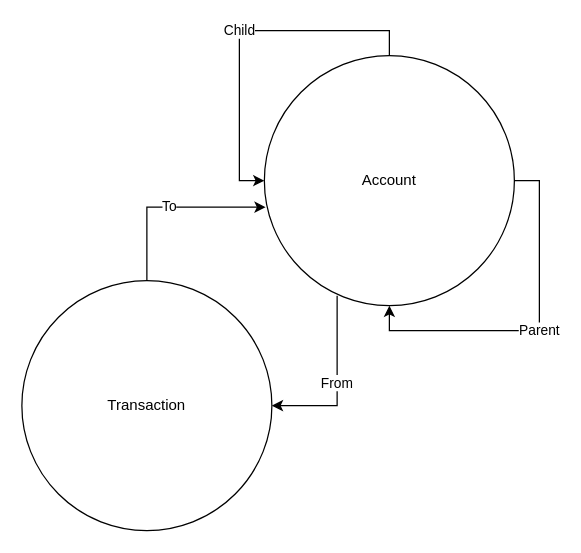
This is docs/design/Accounts and Transactions/Account-Abstract.drawio from NordGus/fnncr, a draw.io file, before an edit. Source tidied: cells renumbered, new cells numbered last; positions are measured from the earlier drawing's top-left corner, leaving out a move shared by most shapes. Both pictures are drawn from the tidied source at 125%, with x=0, y=0 at pixel (21, 30).
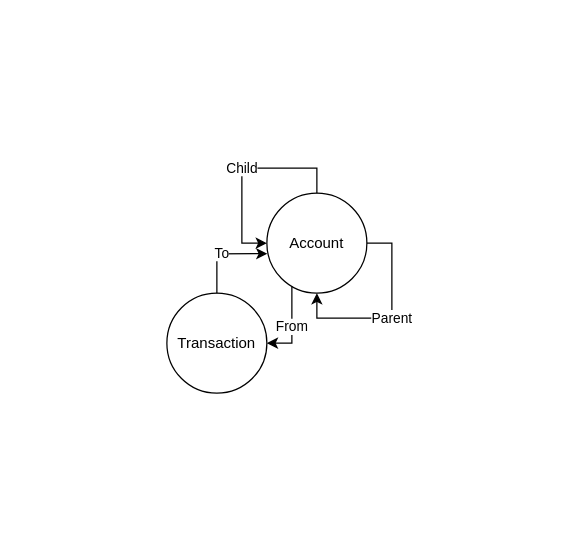
The same page after the edit.

Change to the diagram source:
```diff
@@
 <mxGraphModel>
   <root>
     <mxCell id="0" />
     <mxCell id="1" parent="0" />
     <mxCell id="2" value="Account" style="ellipse;whiteSpace=wrap;html=1;" parent="1" vertex="1">
-      <mxGeometry x="194" y="20" width="200" height="200" as="geometry" />
+      <mxGeometry x="196" y="130" width="80" height="80" as="geometry" />
     </mxCell>
     <mxCell id="3" value="Child" style="edgeStyle=orthogonalEdgeStyle;rounded=0;orthogonalLoop=1;jettySize=auto;html=1;exitX=0.5;exitY=0;exitDx=0;exitDy=0;entryX=0;entryY=0.5;entryDx=0;entryDy=0;" parent="1" edge="1" source="2" target="2">
       <mxGeometry relative="1" as="geometry">
         <Array as="points">
-          <mxPoint x="294" />
-          <mxPoint x="174" />
-          <mxPoint x="174" y="120" />
+          <mxPoint x="236" y="110" />
+          <mxPoint x="176" y="110" />
+          <mxPoint x="176" y="170" />
         </Array>
       </mxGeometry>
     </mxCell>
-    <mxCell id="4" value="Parent" style="edgeStyle=orthogonalEdgeStyle;rounded=0;orthogonalLoop=1;jettySize=auto;html=1;entryX=0.5;entryY=1;entryDx=0;entryDy=0;" parent="1" edge="1" source="2" target="2">
+    <mxCell id="4" value="Parent" style="edgeStyle=orthogonalEdgeStyle;rounded=0;orthogonalLoop=1;jettySize=auto;html=1;entryX=0.5;entryY=1;entryDx=0;entryDy=0;exitX=1;exitY=0.5;exitDx=0;exitDy=0;" parent="1" edge="1" source="2" target="2">
       <mxGeometry relative="1" as="geometry">
         <Array as="points">
-          <mxPoint x="414" y="120" />
-          <mxPoint x="414" y="240" />
-          <mxPoint x="294" y="240" />
+          <mxPoint x="296" y="170" />
+          <mxPoint x="296" y="230" />
+          <mxPoint x="236" y="230" />
         </Array>
       </mxGeometry>
     </mxCell>
     <mxCell id="5" value="Transaction" style="ellipse;whiteSpace=wrap;html=1;" parent="1" vertex="1">
-      <mxGeometry y="200" width="200" height="200" as="geometry" />
+      <mxGeometry x="116" y="210" width="80" height="80" as="geometry" />
     </mxCell>
     <mxCell id="6" value="To" style="edgeStyle=orthogonalEdgeStyle;rounded=0;jettySize=auto;html=1;exitX=0.5;exitY=0;exitDx=0;exitDy=0;entryX=0.005;entryY=0.606;entryDx=0;entryDy=0;entryPerimeter=0;" parent="1" edge="1" source="5" target="2">
-      <mxGeometry relative="1" as="geometry" />
+      <mxGeometry relative="1" as="geometry">
+        <Array as="points">
+          <mxPoint x="156" y="179" />
+        </Array>
+      </mxGeometry>
     </mxCell>
-    <mxCell id="7" value="From" style="edgeStyle=orthogonalEdgeStyle;rounded=0;jettySize=auto;html=1;exitX=0.291;exitY=0.96;exitDx=0;exitDy=0;exitPerimeter=0;entryX=1;entryY=0.5;entryDx=0;entryDy=0;" parent="1" edge="1" source="2" target="5">
+    <mxCell id="7" value="From" style="edgeStyle=orthogonalEdgeStyle;rounded=0;jettySize=auto;html=1;exitX=0.25;exitY=0.93;exitDx=0;exitDy=0;exitPerimeter=0;entryX=1;entryY=0.5;entryDx=0;entryDy=0;" parent="1" edge="1" source="2" target="5">
       <mxGeometry relative="1" as="geometry">
         <Array as="points">
-          <mxPoint x="252" y="300" />
+          <mxPoint x="216" y="250" />
         </Array>
       </mxGeometry>
     </mxCell>
   </root>
 </mxGraphModel>
```
